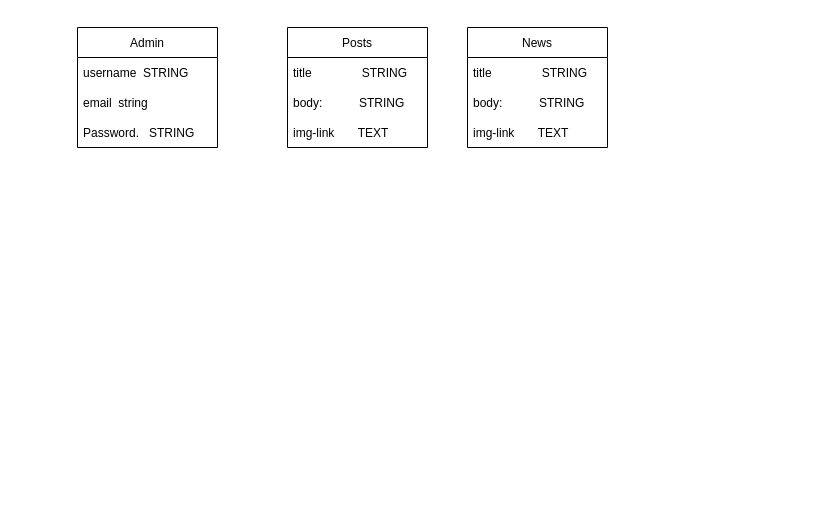
Before: server/db.drawio in javokhirbozorov/charlton-masjid, a draw.io diagram. Source tidied: cells renumbered, new cells numbered last; positions are measured from the earlier drawing's top-left corner, leaving out a move shared by most shapes. Both pictures are drawn from the tidied source at 100%, with x=0, y=0 at pixel (77, 27).
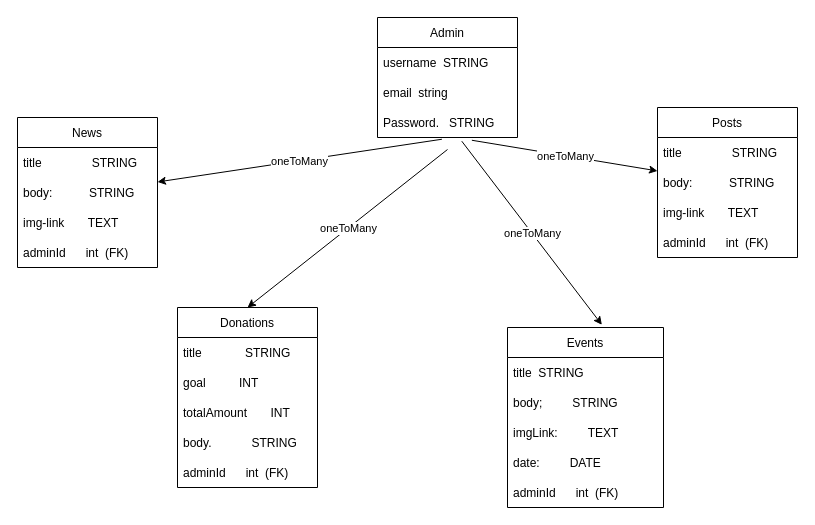
Above is the later version.

Unchanged cells that the change refers to:
```xml
<mxCell id="5" value="Password.   STRING" style="text;strokeColor=none;fillColor=none;align=left;verticalAlign=middle;spacingLeft=4;spacingRight=4;overflow=hidden;points=[[0,0.5],[1,0.5]];portConstraint=eastwest;" parent="2" vertex="1">
  <mxGeometry y="90" width="140" height="30" as="geometry" />
</mxCell>
```

What changed in the source:
```diff
@@
     <mxCell id="2" value="Admin" style="swimlane;fontStyle=0;horizontal=1;startSize=30;" parent="1" vertex="1">
-      <mxGeometry width="140" height="120" as="geometry" />
+      <mxGeometry x="300" y="-10" width="140" height="120" as="geometry" />
     </mxCell>
@@
     <mxCell id="6" value="Posts" style="swimlane;fontStyle=0;horizontal=1;startSize=30;" parent="1" vertex="1">
-      <mxGeometry x="210" width="140" height="120" as="geometry" />
+      <mxGeometry x="580" y="80" width="140" height="150" as="geometry" />
     </mxCell>
@@
+    <mxCell id="14" value="adminId      int  (FK)" style="text;strokeColor=none;fillColor=none;align=left;verticalAlign=middle;spacingLeft=4;spacingRight=4;overflow=hidden;" parent="6" vertex="1">
+      <mxGeometry y="120" width="140" height="30" as="geometry" />
+    </mxCell>
     <mxCell id="10" value="News" style="swimlane;fontStyle=0;horizontal=1;startSize=30;" parent="1" vertex="1">
-      <mxGeometry x="390" width="140" height="120" as="geometry" />
+      <mxGeometry x="-60" y="90" width="140" height="150" as="geometry" />
     </mxCell>
@@
+    <mxCell id="15" value="adminId      int  (FK)" style="text;strokeColor=none;fillColor=none;align=left;verticalAlign=middle;spacingLeft=4;spacingRight=4;overflow=hidden;" parent="10" vertex="1">
+      <mxGeometry y="120" width="140" height="30" as="geometry" />
+    </mxCell>
+    <mxCell id="16" value="Donations" style="swimlane;fontStyle=0;horizontal=1;startSize=30;" parent="1" vertex="1">
+      <mxGeometry x="100" y="280" width="140" height="180" as="geometry" />
+    </mxCell>
+    <mxCell id="17" value="title             STRING" style="text;strokeColor=none;fillColor=none;align=left;verticalAlign=middle;spacingLeft=4;spacingRight=4;overflow=hidden;" parent="16" vertex="1">
+      <mxGeometry y="30" width="140" height="30" as="geometry" />
+    </mxCell>
+    <mxCell id="18" value="goal          INT" style="text;strokeColor=none;fillColor=none;align=left;verticalAlign=middle;spacingLeft=4;spacingRight=4;overflow=hidden;" parent="16" vertex="1">
+      <mxGeometry y="60" width="140" height="30" as="geometry" />
+    </mxCell>
+    <mxCell id="19" value="totalAmount       INT" style="text;strokeColor=none;fillColor=none;align=left;verticalAlign=middle;spacingLeft=4;spacingRight=4;overflow=hidden;" parent="16" vertex="1">
+      <mxGeometry y="90" width="140" height="30" as="geometry" />
+    </mxCell>
+    <mxCell id="20" value="body.            STRING" style="text;strokeColor=none;fillColor=none;align=left;verticalAlign=middle;spacingLeft=4;spacingRight=4;overflow=hidden;" parent="16" vertex="1">
+      <mxGeometry y="120" width="140" height="30" as="geometry" />
+    </mxCell>
+    <mxCell id="21" value="adminId      int  (FK)" style="text;strokeColor=none;fillColor=none;align=left;verticalAlign=middle;spacingLeft=4;spacingRight=4;overflow=hidden;" parent="16" vertex="1">
+      <mxGeometry y="150" width="140" height="30" as="geometry" />
+    </mxCell>
+    <mxCell id="22" value="Events" style="swimlane;fontStyle=0;horizontal=1;startSize=30;" parent="1" vertex="1">
+      <mxGeometry x="430" y="300" width="156" height="180" as="geometry" />
+    </mxCell>
+    <mxCell id="23" value="title  STRING" style="text;strokeColor=none;fillColor=none;align=left;verticalAlign=middle;spacingLeft=4;spacingRight=4;overflow=hidden;" parent="22" vertex="1">
+      <mxGeometry y="30" width="156" height="30" as="geometry" />
+    </mxCell>
+    <mxCell id="24" value="body;         STRING" style="text;strokeColor=none;fillColor=none;align=left;verticalAlign=middle;spacingLeft=4;spacingRight=4;overflow=hidden;" parent="22" vertex="1">
+      <mxGeometry y="60" width="156" height="30" as="geometry" />
+    </mxCell>
+    <mxCell id="25" value="imgLink:         TEXT" style="text;strokeColor=none;fillColor=none;align=left;verticalAlign=middle;spacingLeft=4;spacingRight=4;overflow=hidden;" parent="22" vertex="1">
+      <mxGeometry y="90" width="156" height="30" as="geometry" />
+    </mxCell>
+    <mxCell id="26" value="date:         DATE" style="text;strokeColor=none;fillColor=none;align=left;verticalAlign=middle;spacingLeft=4;spacingRight=4;overflow=hidden;" parent="22" vertex="1">
+      <mxGeometry y="120" width="156" height="30" as="geometry" />
+    </mxCell>
+    <mxCell id="27" value="adminId      int  (FK)" style="text;strokeColor=none;fillColor=none;align=left;verticalAlign=middle;spacingLeft=4;spacingRight=4;overflow=hidden;" parent="22" vertex="1">
+      <mxGeometry y="150" width="156" height="30" as="geometry" />
+    </mxCell>
+    <mxCell id="28" style="endArrow=classic;html=1;exitX=0.46;exitY=1.058;exitDx=0;exitDy=0;exitPerimeter=0;" parent="1" edge="1" source="5" target="10">
+      <mxGeometry relative="1" as="geometry" />
+    </mxCell>
+    <mxCell id="29" value="oneToMany" style="edgeLabel;html=1;align=center;verticalAlign=middle;" parent="28" vertex="1">
+      <mxGeometry relative="1" as="geometry" />
+    </mxCell>
+    <mxCell id="30" style="endArrow=classic;html=1;exitX=0.674;exitY=1.092;exitDx=0;exitDy=0;exitPerimeter=0;" parent="1" edge="1" source="5" target="6">
+      <mxGeometry relative="1" as="geometry" />
+    </mxCell>
+    <mxCell id="31" value="oneToMany" style="edgeLabel;html=1;align=center;verticalAlign=middle;" parent="30" vertex="1">
+      <mxGeometry relative="1" as="geometry" />
+    </mxCell>
+    <mxCell id="32" style="endArrow=classic;html=1;entryX=0.5;entryY=0;entryDx=0;entryDy=0;" parent="1" edge="1" target="16">
+      <mxGeometry relative="1" as="geometry">
+        <mxPoint x="370" y="122" as="sourcePoint" />
+      </mxGeometry>
+    </mxCell>
+    <mxCell id="33" value="oneToMany" style="edgeLabel;html=1;align=center;verticalAlign=middle;" parent="32" vertex="1">
+      <mxGeometry relative="1" as="geometry" />
+    </mxCell>
+    <mxCell id="34" style="endArrow=classic;html=1;entryX=0.605;entryY=-0.015;entryDx=0;entryDy=0;entryPerimeter=0;exitX=0.602;exitY=1.123;exitDx=0;exitDy=0;exitPerimeter=0;" parent="1" edge="1" source="5" target="22">
+      <mxGeometry relative="1" as="geometry" />
+    </mxCell>
+    <mxCell id="35" value="oneToMany" style="edgeLabel;html=1;align=center;verticalAlign=middle;" parent="34" vertex="1">
+      <mxGeometry relative="1" as="geometry" />
+    </mxCell>
```
